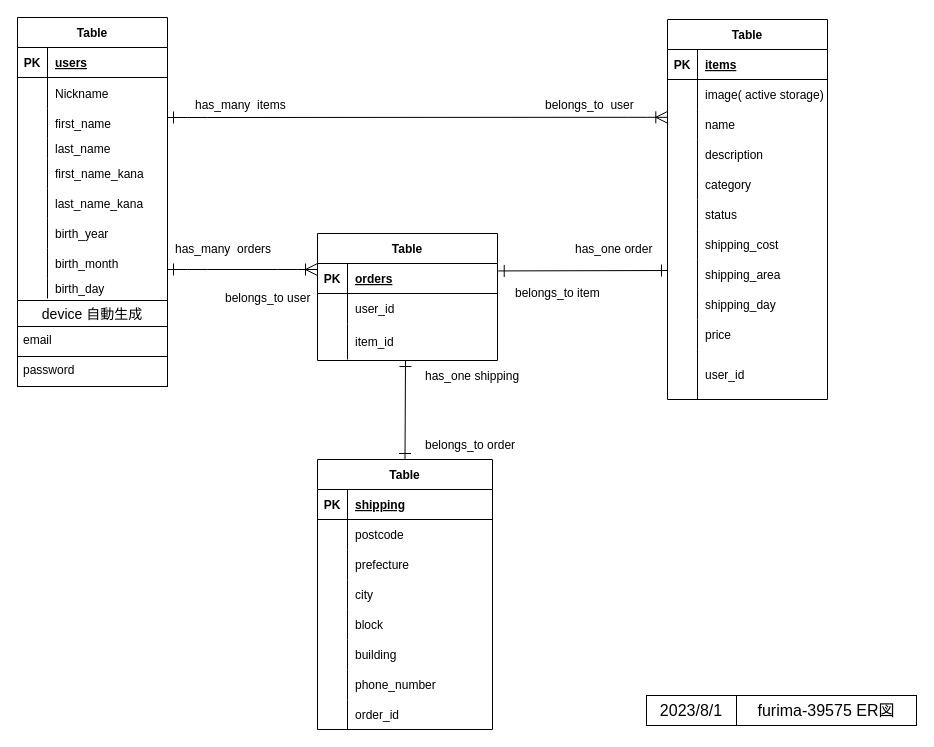
Before: table.drawio in hiyak423/furima-39575, a draw.io diagram. Source tidied: cells renumbered, new cells numbered last; positions are measured from the earlier drawing's top-left corner, leaving out a move shared by most shapes. Both pictures are drawn from the tidied source at 100%, with x=0, y=0 at pixel (17, 17).
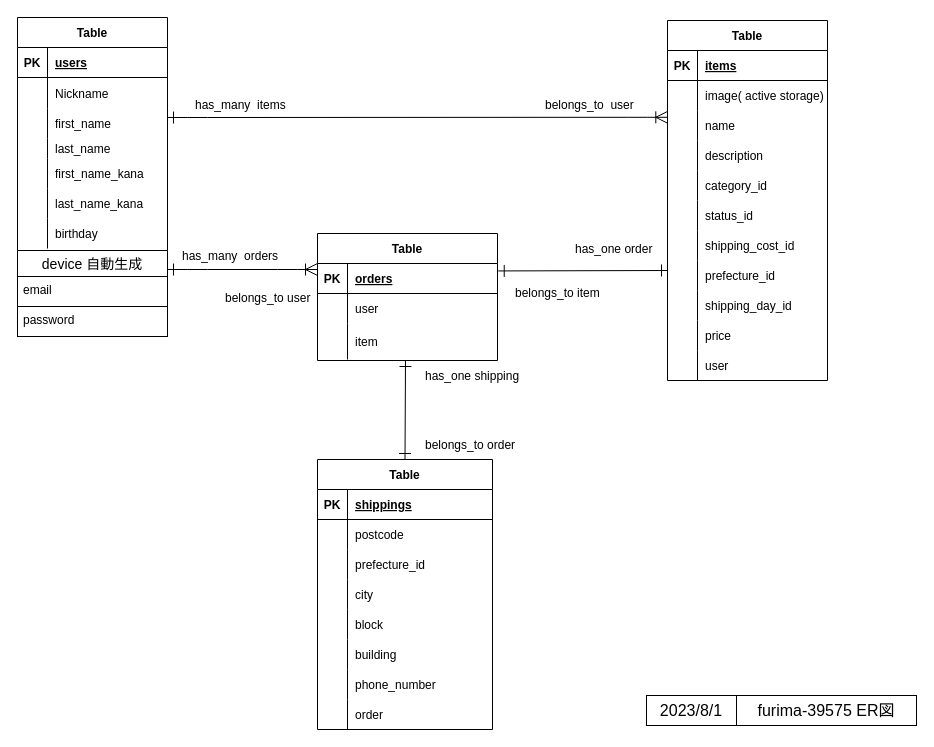
The same page after the edit.

Commit message (it also covers changes not shown here):
ER図、README修正(2回目)

The change refers to these unchanged cells:
```xml
<mxCell id="21" style="shape=tableRow;horizontal=0;startSize=0;swimlaneHead=0;swimlaneBody=0;fillColor=none;top=0;left=0;right=0;bottom=0;fontColor=#000000;strokeColor=#000000;" parent="2" vertex="1">
  <mxGeometry y="201" width="150" height="30" as="geometry" />
</mxCell>
<mxCell id="32" style="shape=tableRow;horizontal=0;startSize=0;swimlaneHead=0;swimlaneBody=0;fillColor=none;top=0;left=0;right=0;bottom=1;fontColor=#000000;strokeColor=#000000;" parent="31" vertex="1">
  <mxGeometry y="30" width="175" height="30" as="geometry" />
</mxCell>
<mxCell id="38" style="shape=tableRow;horizontal=0;startSize=0;swimlaneHead=0;swimlaneBody=0;fillColor=none;top=0;left=0;right=0;bottom=0;fontColor=#000000;strokeColor=#000000;" parent="31" vertex="1">
  <mxGeometry y="90" width="175" height="30" as="geometry" />
</mxCell>
<mxCell id="53" style="shape=tableRow;horizontal=0;startSize=0;swimlaneHead=0;swimlaneBody=0;fillColor=none;top=0;left=0;right=0;bottom=0;fontColor=#000000;strokeColor=#000000;" parent="31" vertex="1">
  <mxGeometry y="240" width="175" height="30" as="geometry" />
</mxCell>
<mxCell id="69" style="shape=tableRow;horizontal=0;startSize=0;swimlaneHead=0;swimlaneBody=0;fillColor=none;top=0;left=0;right=0;bottom=0;fontColor=#000000;strokeColor=#000000;" parent="56" vertex="1">
  <mxGeometry y="150" width="160" height="30" as="geometry" />
</mxCell>
<mxCell id="72" style="shape=tableRow;horizontal=0;startSize=0;swimlaneHead=0;swimlaneBody=0;fillColor=none;top=0;left=0;right=0;bottom=0;fontColor=#000000;strokeColor=#000000;" parent="56" vertex="1">
  <mxGeometry y="180" width="160" height="30" as="geometry" />
</mxCell>
<mxCell id="75" style="shape=tableRow;horizontal=0;startSize=0;swimlaneHead=0;swimlaneBody=0;fillColor=none;top=0;left=0;right=0;bottom=0;fontColor=#000000;strokeColor=#000000;" parent="56" vertex="1">
  <mxGeometry y="210" width="160" height="30" as="geometry" />
</mxCell>
<mxCell id="78" style="shape=tableRow;horizontal=0;startSize=0;swimlaneHead=0;swimlaneBody=0;fillColor=none;top=0;left=0;right=0;bottom=0;fontColor=#000000;strokeColor=#000000;" parent="56" vertex="1">
  <mxGeometry y="240" width="160" height="30" as="geometry" />
</mxCell>
<mxCell id="81" style="shape=tableRow;horizontal=0;startSize=0;swimlaneHead=0;swimlaneBody=0;fillColor=none;top=0;left=0;right=0;bottom=0;fontColor=#000000;strokeColor=#000000;" parent="56" vertex="1">
  <mxGeometry y="270" width="160" height="30" as="geometry" />
</mxCell>
<mxCell id="94" style="shape=tableRow;horizontal=0;startSize=0;swimlaneHead=0;swimlaneBody=0;fillColor=none;top=0;left=0;right=0;bottom=0;fontColor=#000000;strokeColor=#000000;" parent="90" vertex="1">
  <mxGeometry y="60" width="180" height="30" as="geometry" />
</mxCell>
<mxCell id="97" style="shape=tableRow;horizontal=0;startSize=0;swimlaneHead=0;swimlaneBody=0;fillColor=none;top=0;left=0;right=0;bottom=0;fontColor=#000000;strokeColor=#000000;" parent="90" vertex="1">
  <mxGeometry y="90" width="180" height="36" as="geometry" />
</mxCell>
```

The edit, as a diff of the source:
```diff
@@
     <mxCell id="2" value="Table" style="shape=table;startSize=30;childLayout=tableLayout;rowLines=0;fontStyle=1;align=center;fontColor=#000000;labelBackgroundColor=#FFFFFF;strokeColor=#000000;fillColor=none;" parent="1" vertex="1">
-      <mxGeometry width="150" height="283" as="geometry" />
+      <mxGeometry width="150" height="233" as="geometry" />
     </mxCell>
@@
-    <mxCell id="23" value="birth_year" style="shape=partialRectangle;fillColor=none;top=0;left=0;bottom=0;right=0;align=left;spacingLeft=6;overflow=hidden;fontColor=#000000;strokeColor=#000000;" parent="21" vertex="1">
+    <mxCell id="23" value="birthday" style="shape=partialRectangle;fillColor=none;top=0;left=0;bottom=0;right=0;align=left;spacingLeft=6;overflow=hidden;fontColor=#000000;strokeColor=#000000;" parent="21" vertex="1">
       <mxGeometry x="30" width="120" height="30" as="geometry" />
     </mxCell>
-    <mxCell id="24" style="shape=tableRow;horizontal=0;startSize=0;swimlaneHead=0;swimlaneBody=0;fillColor=none;top=0;left=0;right=0;bottom=0;fontSize=16;fontColor=#000000;strokeColor=#000000;" parent="2" vertex="1">
-      <mxGeometry y="231" width="150" height="30" as="geometry" />
-    </mxCell>
-    <mxCell id="25" style="shape=partialRectangle;fillColor=none;top=0;left=0;bottom=0;right=0;overflow=hidden;fontSize=16;fontColor=#000000;strokeColor=#000000;" parent="24" vertex="1">
-      <mxGeometry width="30" height="30" as="geometry" />
-    </mxCell>
-    <mxCell id="26" value="birth_month" style="shape=partialRectangle;fillColor=none;top=0;left=0;bottom=0;right=0;align=left;spacingLeft=6;overflow=hidden;fontSize=12;fontColor=#000000;strokeColor=#000000;" parent="24" vertex="1">
-      <mxGeometry x="30" width="120" height="30" as="geometry" />
-    </mxCell>
-    <mxCell id="27" style="shape=tableRow;horizontal=0;startSize=0;swimlaneHead=0;swimlaneBody=0;fillColor=none;top=0;left=0;right=0;bottom=0;fontSize=16;fontColor=#000000;strokeColor=#000000;" parent="2" vertex="1">
-      <mxGeometry y="261" width="150" height="20" as="geometry" />
-    </mxCell>
-    <mxCell id="28" style="shape=partialRectangle;fillColor=none;top=0;left=0;bottom=0;right=0;overflow=hidden;fontSize=16;fontColor=#000000;strokeColor=#000000;" parent="27" vertex="1">
-      <mxGeometry width="30" height="20" as="geometry" />
-    </mxCell>
-    <mxCell id="29" value="birth_day" style="shape=partialRectangle;fillColor=none;top=0;left=0;bottom=0;right=0;align=left;spacingLeft=6;overflow=hidden;fontSize=12;fontColor=#000000;strokeColor=#000000;" parent="27" vertex="1">
-      <mxGeometry x="30" width="120" height="20" as="geometry" />
-    </mxCell>
@@
-    <mxCell id="34" value="shipping" style="shape=partialRectangle;fillColor=none;top=0;left=0;bottom=0;right=0;align=left;spacingLeft=6;fontStyle=5;overflow=hidden;fontColor=#000000;strokeColor=#000000;" parent="32" vertex="1">
+    <mxCell id="34" value="shippings" style="shape=partialRectangle;fillColor=none;top=0;left=0;bottom=0;right=0;align=left;spacingLeft=6;fontStyle=5;overflow=hidden;fontColor=#000000;strokeColor=#000000;" parent="32" vertex="1">
       <mxGeometry x="30" width="145" height="30" as="geometry" />
     </mxCell>
@@
-    <mxCell id="40" value="prefecture" style="shape=partialRectangle;fillColor=none;top=0;left=0;bottom=0;right=0;align=left;spacingLeft=6;overflow=hidden;fontColor=#000000;strokeColor=#000000;" parent="38" vertex="1">
+    <mxCell id="40" value="prefecture_id" style="shape=partialRectangle;fillColor=none;top=0;left=0;bottom=0;right=0;align=left;spacingLeft=6;overflow=hidden;fontColor=#000000;strokeColor=#000000;" parent="38" vertex="1">
       <mxGeometry x="30" width="145" height="30" as="geometry" />
     </mxCell>
@@
-    <mxCell id="55" value="order_id" style="shape=partialRectangle;fillColor=none;top=0;left=0;bottom=0;right=0;align=left;spacingLeft=6;overflow=hidden;fontColor=#000000;strokeColor=#000000;" parent="53" vertex="1">
+    <mxCell id="55" value="order" style="shape=partialRectangle;fillColor=none;top=0;left=0;bottom=0;right=0;align=left;spacingLeft=6;overflow=hidden;fontColor=#000000;strokeColor=#000000;" parent="53" vertex="1">
       <mxGeometry x="30" width="145" height="30" as="geometry" />
     </mxCell>
     <mxCell id="56" value="Table" style="shape=table;startSize=30;childLayout=tableLayout;rowLines=0;fontStyle=1;align=center;fontColor=#000000;labelBackgroundColor=#FFFFFF;strokeColor=#000000;fillColor=none;" parent="1" vertex="1">
-      <mxGeometry x="650" y="2" width="160" height="380" as="geometry" />
+      <mxGeometry x="650" y="3" width="160" height="360" as="geometry" />
     </mxCell>
@@
-    <mxCell id="71" value="category" style="shape=partialRectangle;fillColor=none;top=0;left=0;bottom=0;right=0;align=left;spacingLeft=6;overflow=hidden;fontColor=#000000;strokeColor=#000000;" parent="69" vertex="1">
+    <mxCell id="71" value="category_id" style="shape=partialRectangle;fillColor=none;top=0;left=0;bottom=0;right=0;align=left;spacingLeft=6;overflow=hidden;fontColor=#000000;strokeColor=#000000;" parent="69" vertex="1">
       <mxGeometry x="30" width="130" height="30" as="geometry" />
     </mxCell>
@@
-    <mxCell id="74" value="status" style="shape=partialRectangle;fillColor=none;top=0;left=0;bottom=0;right=0;align=left;spacingLeft=6;overflow=hidden;fontColor=#000000;strokeColor=#000000;" parent="72" vertex="1">
+    <mxCell id="74" value="status_id" style="shape=partialRectangle;fillColor=none;top=0;left=0;bottom=0;right=0;align=left;spacingLeft=6;overflow=hidden;fontColor=#000000;strokeColor=#000000;" parent="72" vertex="1">
       <mxGeometry x="30" width="130" height="30" as="geometry" />
     </mxCell>
@@
-    <mxCell id="77" value="shipping_cost" style="shape=partialRectangle;fillColor=none;top=0;left=0;bottom=0;right=0;align=left;spacingLeft=6;overflow=hidden;fontColor=#000000;strokeColor=#000000;" parent="75" vertex="1">
+    <mxCell id="77" value="shipping_cost_id" style="shape=partialRectangle;fillColor=none;top=0;left=0;bottom=0;right=0;align=left;spacingLeft=6;overflow=hidden;fontColor=#000000;strokeColor=#000000;" parent="75" vertex="1">
       <mxGeometry x="30" width="130" height="30" as="geometry" />
     </mxCell>
@@
-    <mxCell id="80" value="shipping_area" style="shape=partialRectangle;fillColor=none;top=0;left=0;bottom=0;right=0;align=left;spacingLeft=6;overflow=hidden;fontColor=#000000;strokeColor=#000000;" parent="78" vertex="1">
+    <mxCell id="80" value="prefecture_id" style="shape=partialRectangle;fillColor=none;top=0;left=0;bottom=0;right=0;align=left;spacingLeft=6;overflow=hidden;fontColor=#000000;strokeColor=#000000;" parent="78" vertex="1">
       <mxGeometry x="30" width="130" height="30" as="geometry" />
     </mxCell>
@@
-    <mxCell id="83" value="shipping_day" style="shape=partialRectangle;fillColor=none;top=0;left=0;bottom=0;right=0;align=left;spacingLeft=6;overflow=hidden;fontColor=#000000;strokeColor=#000000;" parent="81" vertex="1">
+    <mxCell id="83" value="shipping_day_id" style="shape=partialRectangle;fillColor=none;top=0;left=0;bottom=0;right=0;align=left;spacingLeft=6;overflow=hidden;fontColor=#000000;strokeColor=#000000;" parent="81" vertex="1">
       <mxGeometry x="30" width="130" height="30" as="geometry" />
     </mxCell>
@@
     <mxCell id="87" style="shape=tableRow;horizontal=0;startSize=0;swimlaneHead=0;swimlaneBody=0;fillColor=none;top=0;left=0;right=0;bottom=0;fontColor=#000000;strokeColor=#000000;" parent="56" vertex="1">
-      <mxGeometry y="330" width="160" height="50" as="geometry" />
+      <mxGeometry y="330" width="160" height="30" as="geometry" />
     </mxCell>
     <mxCell id="88" style="shape=partialRectangle;fillColor=none;top=0;left=0;bottom=0;right=0;overflow=hidden;fontColor=#000000;strokeColor=#000000;" parent="87" vertex="1">
-      <mxGeometry width="30" height="50" as="geometry" />
+      <mxGeometry width="30" height="30" as="geometry" />
     </mxCell>
-    <mxCell id="89" value="user_id" style="shape=partialRectangle;fillColor=none;top=0;left=0;bottom=0;right=0;align=left;spacingLeft=6;overflow=hidden;fontColor=#000000;strokeColor=#000000;" parent="87" vertex="1">
-      <mxGeometry x="30" width="130" height="50" as="geometry" />
+    <mxCell id="89" value="user" style="shape=partialRectangle;fillColor=none;top=0;left=0;bottom=0;right=0;align=left;spacingLeft=6;overflow=hidden;fontColor=#000000;strokeColor=#000000;" parent="87" vertex="1">
+      <mxGeometry x="30" width="130" height="30" as="geometry" />
     </mxCell>
@@
-    <mxCell id="96" value="user_id" style="shape=partialRectangle;fillColor=none;top=0;left=0;bottom=0;right=0;align=left;spacingLeft=6;overflow=hidden;fontColor=#000000;strokeColor=#000000;" parent="94" vertex="1">
+    <mxCell id="96" value="user" style="shape=partialRectangle;fillColor=none;top=0;left=0;bottom=0;right=0;align=left;spacingLeft=6;overflow=hidden;fontColor=#000000;strokeColor=#000000;" parent="94" vertex="1">
       <mxGeometry x="30" width="150" height="30" as="geometry" />
     </mxCell>
@@
-    <mxCell id="99" value="item_id" style="shape=partialRectangle;fillColor=none;top=0;left=0;bottom=0;right=0;align=left;spacingLeft=6;overflow=hidden;fontColor=#000000;strokeColor=#000000;" parent="97" vertex="1">
+    <mxCell id="99" value="item" style="shape=partialRectangle;fillColor=none;top=0;left=0;bottom=0;right=0;align=left;spacingLeft=6;overflow=hidden;fontColor=#000000;strokeColor=#000000;" parent="97" vertex="1">
       <mxGeometry x="30" width="150" height="36" as="geometry" />
     </mxCell>
     <mxCell id="100" value="device 自動生成" style="swimlane;fontStyle=0;horizontal=1;startSize=26;align=center;fontSize=14;fontColor=#000000;strokeColor=#000000;fillColor=none;" parent="1" vertex="1">
-      <mxGeometry y="283" width="150" height="86" as="geometry" />
+      <mxGeometry y="233" width="150" height="86" as="geometry" />
     </mxCell>
@@
     <mxCell id="110" value="has_many  orders" style="shape=partialRectangle;fillColor=none;top=0;left=0;bottom=0;right=0;align=left;spacingLeft=6;overflow=hidden;fontColor=#000000;strokeColor=#000000;" parent="1" vertex="1">
-      <mxGeometry x="150" y="216" width="120" height="30" as="geometry" />
+      <mxGeometry x="157" y="223" width="120" height="30" as="geometry" />
     </mxCell>
```
